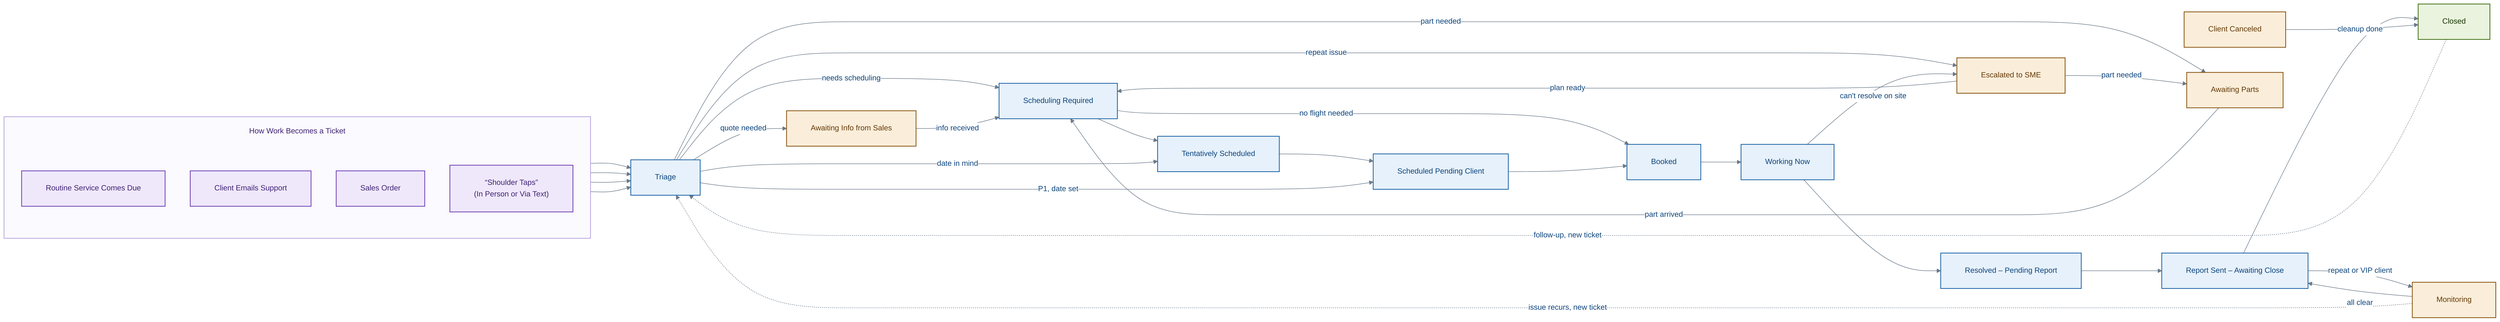
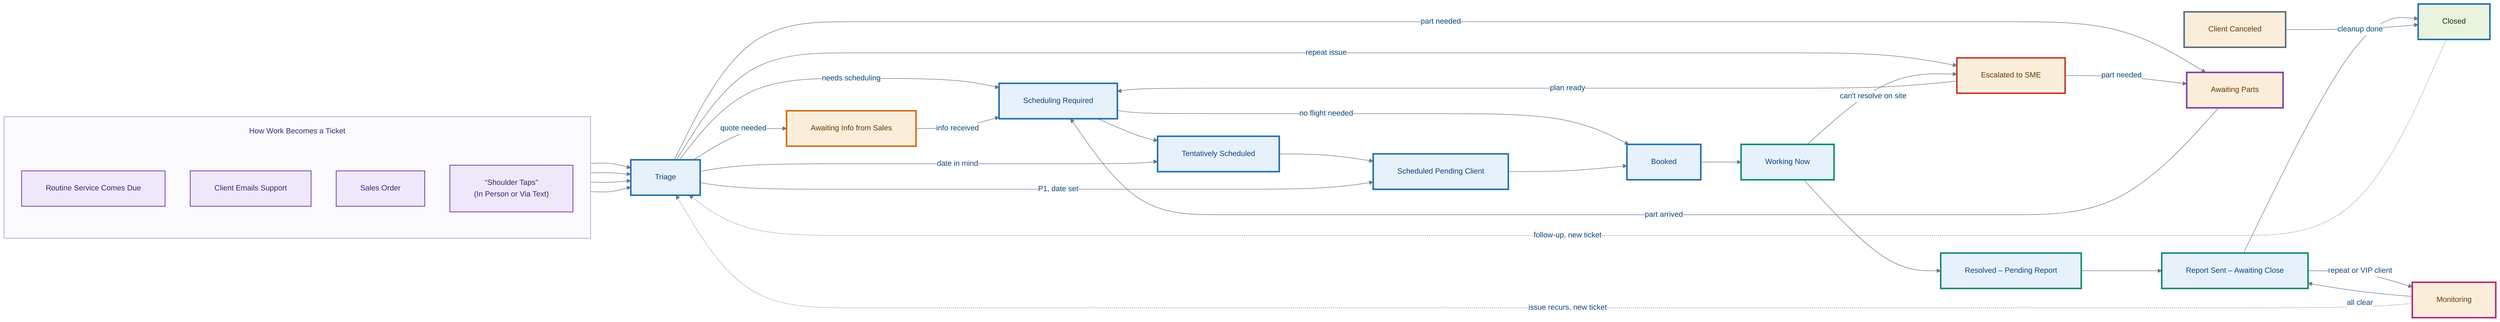
---
config:
  theme: base
  fontFamily: 'Helvetica, Arial, sans-serif'
  themeVariables:
    fontFamily: 'Helvetica, Arial, sans-serif'
    fontSize: 15px
    lineColor: '#6B7A8A'
    primaryColor: '#E6F1FB'
    primaryBorderColor: '#185FA5'
    primaryTextColor: '#0C447C'
    edgeLabelBackground: '#FFFFFF'
    titleColor: '#0C447C'
  flowchart:
    curve: basis
    htmlLabels: true
    nodeSpacing: 50
    rankSpacing: 80
    padding: 24
    useMaxWidth: false
    subGraphTitleMargin:
      top: 18
      bottom: 26
---
flowchart LR
    %% ---- Main flow ----
    Triage["Triage"]
    SchedReq["Scheduling Required"]
    Tentative["Tentatively Scheduled"]
    PendingClient["Scheduled Pending Client"]
    Booked["Booked"]
    Working["Working Now"]
    Resolved["Resolved – Pending Report"]
    ReportSent["Report Sent – Awaiting Close"]
    Closed["Closed"]

    %% ---- Exceptions / off-ramps ----
    AwaitingInfo["Awaiting Info from Sales"]
    AwaitingParts["Awaiting Parts"]
    SME["Escalated to SME"]
    Monitoring["Monitoring"]
    Canceled["Client Canceled"]

    %% ---- Intake: how work becomes a ticket ----
    subgraph Intake["How Work Becomes a Ticket"]
        direction TB
        RoutineComms["Routine Service Comes Due"]
        ClientEmail["Client Emails Support"]
        NewSale["Sales Order"]
        ShoulderTap["&ldquo;Shoulder Taps&rdquo;<br/>(In Person or Via Text)"]
    end

    RoutineComms --> Triage
    ClientEmail --> Triage
    NewSale --> Triage
    ShoulderTap --> Triage

    %% ---- Happy path ----
    Triage -->|needs scheduling| SchedReq
    SchedReq --> Tentative
    SchedReq -->|no flight needed| Booked
    Tentative --> PendingClient
    PendingClient --> Booked
    Booked --> Working
    Working --> Resolved
    Resolved --> ReportSent
    ReportSent --> Closed

    %% ---- Triage branches ----
    Triage -->|quote needed| AwaitingInfo
    Triage -->|date in mind| Tentative
    Triage -->|P1, date set| PendingClient
    Triage -->|repeat issue| SME
    Triage -->|part needed| AwaitingParts

    %% ---- Returns to the dispatcher queue ----
    AwaitingInfo -->|info received| SchedReq
    AwaitingParts -->|part arrived| SchedReq
    SME -->|plan ready| SchedReq
    SME -->|part needed| AwaitingParts

    %% ---- Field escalation ----
    Working -->|can't resolve on site| SME

    %% ---- Monitoring loop ----
    ReportSent -->|repeat or VIP client| Monitoring
    Monitoring -->|all clear| ReportSent
    Monitoring -.->|issue recurs, new ticket| Triage

    %% ---- Cancellation (can enter from any scheduled stage) ----
    Canceled -->|cleanup done| Closed

    %% ---- Follow-up ----
    Closed -.->|follow-up, new ticket| Triage

    %% ---- Styling ----
    classDef main   fill:#E6F1FB,stroke:#185FA5,color:#0C447C,stroke-width:1.5px;
    classDef exc    fill:#FAEEDA,stroke:#854F0B,color:#633806,stroke-width:1.5px;
    classDef done   fill:#EAF3DE,stroke:#3B6D11,color:#173404,stroke-width:1.5px;
    classDef intake fill:#EFE8FB,stroke:#6D3CB0,color:#3E2173,stroke-width:1.5px;

    class Triage,SchedReq,Tentative,PendingClient,Booked,Working,Resolved,ReportSent main;
    class AwaitingInfo,AwaitingParts,SME,Monitoring,Canceled exc;
    class Closed done;
    class RoutineComms,ClientEmail,NewSale,ShoulderTap intake;
    style Intake fill:#FBFAFE,stroke:#B9A6DE,stroke-width:1.5px,color:#3E2173;
+ 
+     %% ---- Ownership (border color = owner; fill stays = phase) ----
+     %% Strawman mapping — recolor once roles are confirmed.
+     %% Dispatcher / Scheduler
+     style Triage        stroke:#1E6FB0,stroke-width:3px;
+     style SchedReq      stroke:#1E6FB0,stroke-width:3px;
+     style Tentative     stroke:#1E6FB0,stroke-width:3px;
+     style PendingClient stroke:#1E6FB0,stroke-width:3px;
+     style Booked        stroke:#1E6FB0,stroke-width:3px;
+     style Closed        stroke:#1E6FB0,stroke-width:3px;
+     %% Field Engineer
+     style Working       stroke:#0E8A6E,stroke-width:3px;
+     style Resolved      stroke:#0E8A6E,stroke-width:3px;
+     style ReportSent    stroke:#0E8A6E,stroke-width:3px;
+     %% Sales
+     style AwaitingInfo  stroke:#D9690C,stroke-width:3px;
+     %% SME
+     style SME           stroke:#C0392B,stroke-width:3px;
+     %% Procurement / Parts
+     style AwaitingParts stroke:#7E3FA8,stroke-width:3px;
+     %% Account Manager / Service Lead
+     style Monitoring    stroke:#B5277E,stroke-width:3px;
+     %% Client
+     style Canceled      stroke:#5B6B7B,stroke-width:3px;
